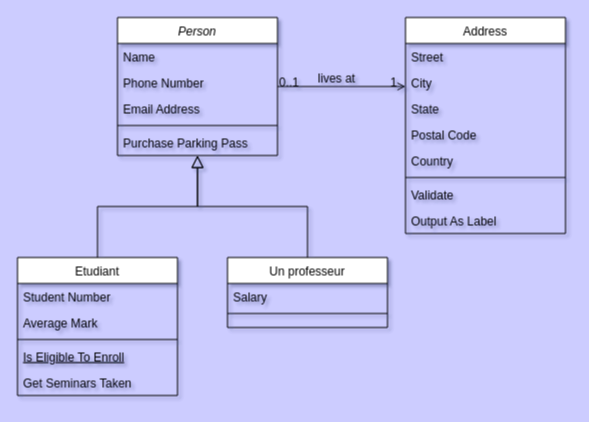
The draw.io diagram Untitled Diagram.drawio in Ramirokaffo/Jeux-du-Serpent, before the edit. Source tidied: cells renumbered, new cells numbered last; positions are measured from the earlier drawing's top-left corner, leaving out a move shared by most shapes. Both pictures are drawn from the tidied source at 100%, with x=0, y=0 at pixel (17, 17).
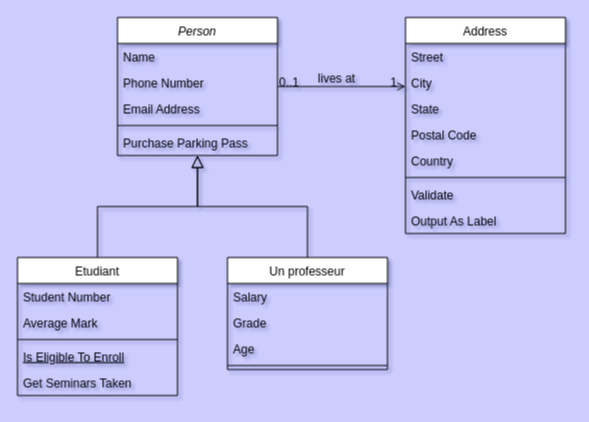
Above is the later version.

Commit message:
Professeur edité

Diff of the diagram source:
```diff
@@
     <mxCell id="15" value="Un professeur" style="swimlane;fontStyle=0;align=center;verticalAlign=top;horizontal=1;startSize=26;rounded=0;shadow=0;strokeWidth=1;" parent="1" vertex="1">
-      <mxGeometry x="210" y="240" width="160" height="70" as="geometry" />
+      <mxGeometry x="210" y="240" width="160" height="112" as="geometry" />
     </mxCell>
@@
+    <mxCell id="32" value="Grade" style="text;align=left;verticalAlign=top;spacingLeft=4;spacingRight=4;overflow=hidden;" parent="15" vertex="1">
+      <mxGeometry y="52" width="160" height="26" as="geometry" />
+    </mxCell>
+    <mxCell id="33" value="Age" style="text;align=left;verticalAlign=top;spacingLeft=4;spacingRight=4;overflow=hidden;" parent="15" vertex="1">
+      <mxGeometry y="78" width="160" height="26" as="geometry" />
+    </mxCell>
     <mxCell id="17" style="line;html=1;strokeWidth=1;align=left;verticalAlign=middle;spacingTop=-1;spacingLeft=3;spacingRight=3;labelPosition=right;" parent="15" vertex="1">
-      <mxGeometry y="52" width="160" height="8" as="geometry" />
+      <mxGeometry y="104" width="160" height="8" as="geometry" />
     </mxCell>
```
